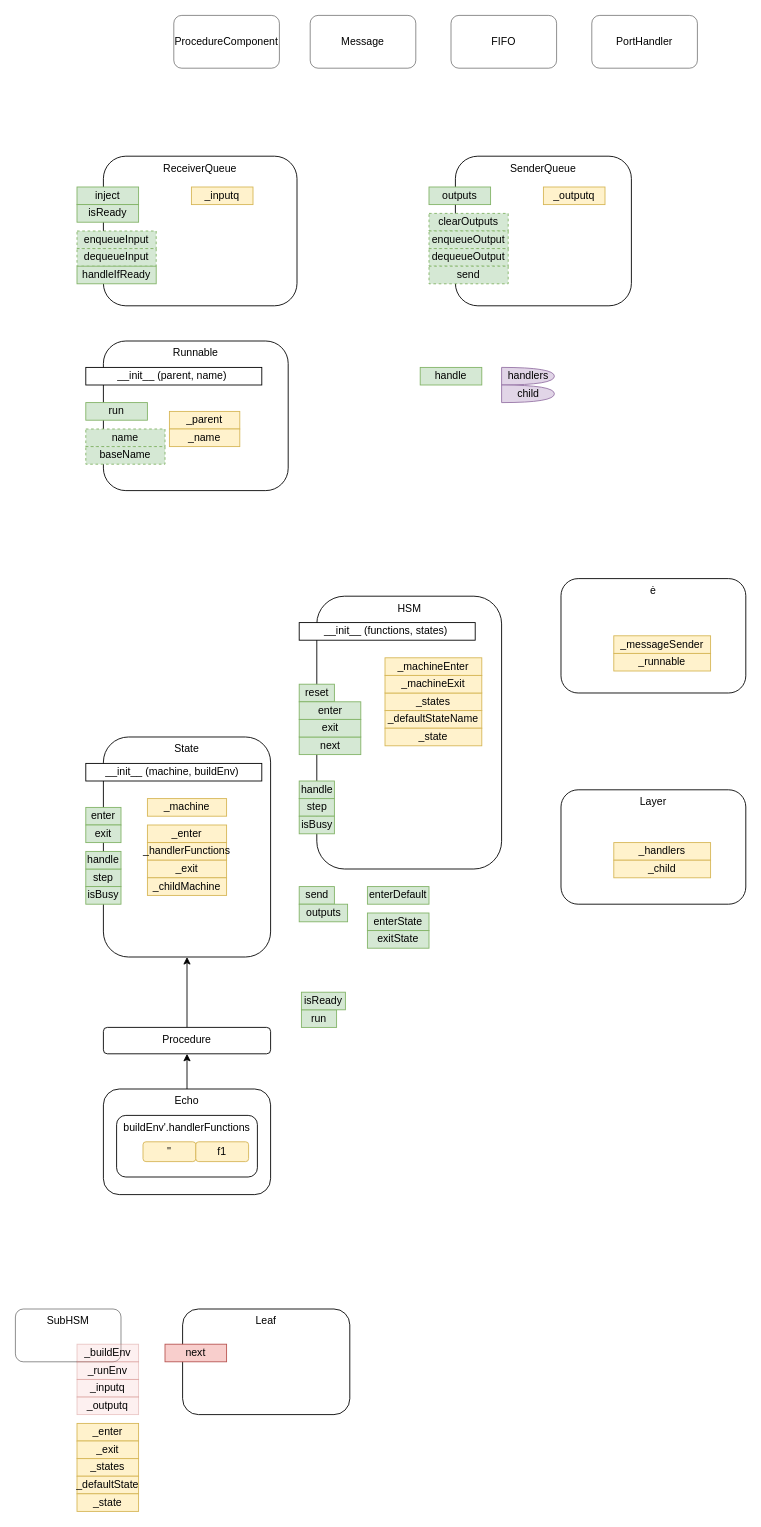
Earlier version of the draw.io diagram asc.drawio (guitarvydas/eh). Source tidied: cells renumbered, new cells numbered last; positions are measured from the earlier drawing's top-left corner, leaving out a move shared by most shapes. Both pictures are drawn from the tidied source at 88%, with x=0, y=0 at pixel (15, 15).
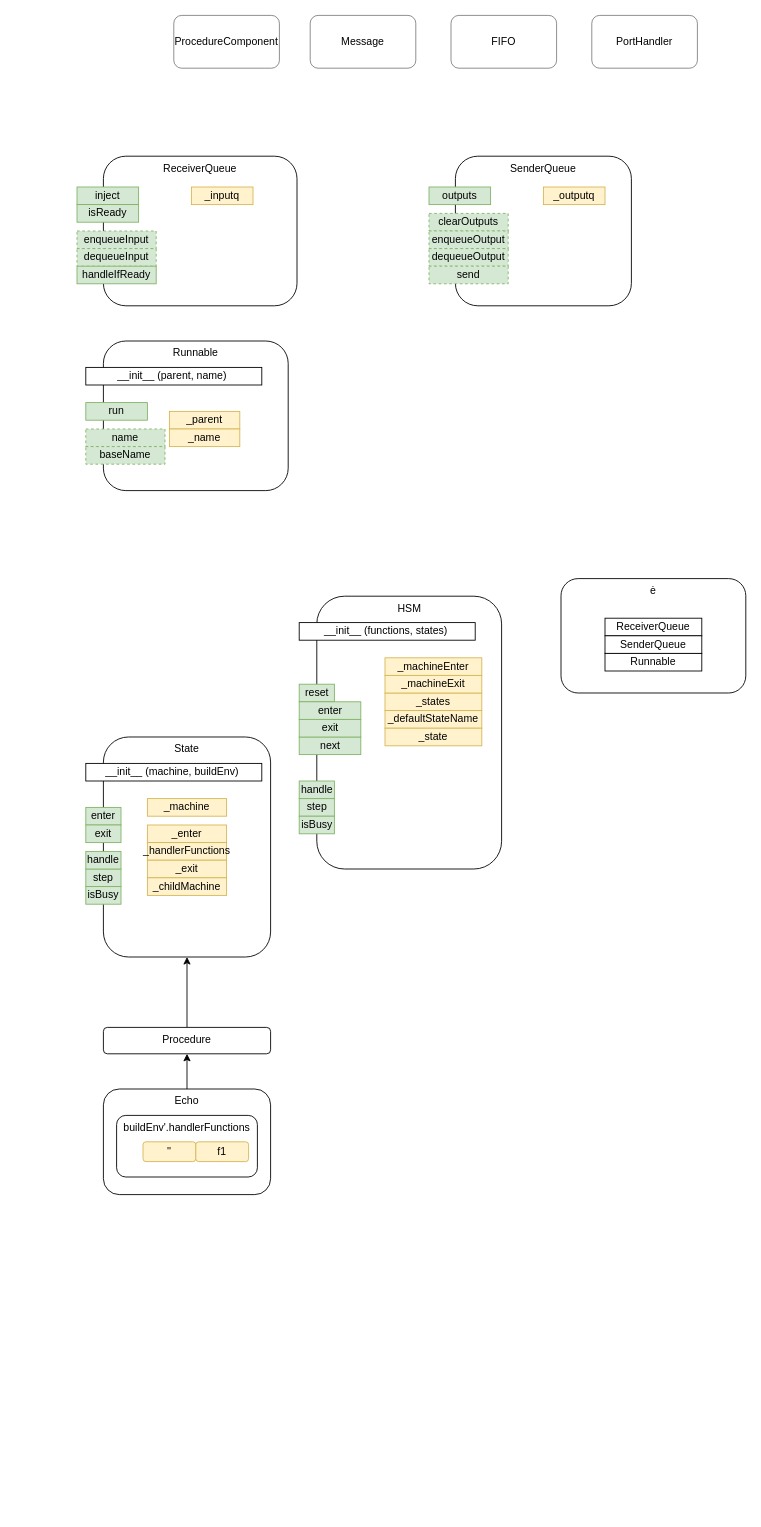
The same diagram, later.

Commit message (it also covers changes not shown here):
freeze for Jam

What changed in the source:
```diff
@@
-    <mxCell id="11" value="handle" style="rounded=0;whiteSpace=wrap;html=1;verticalAlign=middle;align=center;fillColor=#d5e8d4;strokeColor=#82b366;" parent="1" vertex="1">
-      <mxGeometry x="460" y="400" width="70" height="20" as="geometry" />
-    </mxCell>
@@
-    <mxCell id="29" value="SubHSM" style="rounded=1;whiteSpace=wrap;html=1;opacity=50;align=center;verticalAlign=top;" parent="1" vertex="1">
-      <mxGeometry y="1470" width="120" height="60" as="geometry" />
-    </mxCell>
@@
-    <mxCell id="41" value="enterDefault" style="rounded=0;whiteSpace=wrap;html=1;verticalAlign=middle;align=center;fillColor=#d5e8d4;strokeColor=#82b366;" parent="1" vertex="1">
-      <mxGeometry x="400" y="990" width="70" height="20" as="geometry" />
-    </mxCell>
-    <mxCell id="42" value="_runEnv" style="rounded=0;whiteSpace=wrap;html=1;verticalAlign=middle;align=center;fillColor=#f8cecc;strokeColor=#b85450;opacity=30;" parent="1" vertex="1">
-      <mxGeometry x="70" y="1530" width="70" height="20" as="geometry" />
-    </mxCell>
-    <mxCell id="43" value="_inputq" style="rounded=0;whiteSpace=wrap;html=1;verticalAlign=middle;align=center;fillColor=#f8cecc;strokeColor=#b85450;opacity=30;" parent="1" vertex="1">
-      <mxGeometry x="70" y="1550" width="70" height="20" as="geometry" />
-    </mxCell>
-    <mxCell id="44" value="_outputq" style="rounded=0;whiteSpace=wrap;html=1;verticalAlign=middle;align=center;fillColor=#f8cecc;strokeColor=#b85450;opacity=30;" parent="1" vertex="1">
-      <mxGeometry x="70" y="1570" width="70" height="20" as="geometry" />
-    </mxCell>
-    <mxCell id="45" value="_buildEnv" style="rounded=0;whiteSpace=wrap;html=1;verticalAlign=middle;align=center;fillColor=#f8cecc;strokeColor=#b85450;opacity=30;" parent="1" vertex="1">
-      <mxGeometry x="70" y="1510" width="70" height="20" as="geometry" />
-    </mxCell>
-    <mxCell id="46" value="_states" style="rounded=0;whiteSpace=wrap;html=1;verticalAlign=middle;align=center;fillColor=#fff2cc;strokeColor=#d6b656;" parent="1" vertex="1">
-      <mxGeometry x="70" y="1640" width="70" height="20" as="geometry" />
-    </mxCell>
-    <mxCell id="47" value="_defaultState" style="rounded=0;whiteSpace=wrap;html=1;verticalAlign=middle;align=center;fillColor=#fff2cc;strokeColor=#d6b656;" parent="1" vertex="1">
-      <mxGeometry x="70" y="1660" width="70" height="20" as="geometry" />
-    </mxCell>
-    <mxCell id="48" value="_state" style="rounded=0;whiteSpace=wrap;html=1;verticalAlign=middle;align=center;fillColor=#fff2cc;strokeColor=#d6b656;" parent="1" vertex="1">
-      <mxGeometry x="70" y="1680" width="70" height="20" as="geometry" />
-    </mxCell>
-    <mxCell id="49" value="_enter" style="rounded=0;whiteSpace=wrap;html=1;verticalAlign=middle;align=center;fillColor=#fff2cc;strokeColor=#d6b656;" parent="1" vertex="1">
-      <mxGeometry x="70" y="1600" width="70" height="20" as="geometry" />
-    </mxCell>
-    <mxCell id="50" value="_exit" style="rounded=0;whiteSpace=wrap;html=1;verticalAlign=middle;align=center;fillColor=#fff2cc;strokeColor=#d6b656;" parent="1" vertex="1">
-      <mxGeometry x="70" y="1620" width="70" height="20" as="geometry" />
-    </mxCell>
-    <mxCell id="51" value="Leaf" style="rounded=1;whiteSpace=wrap;html=1;verticalAlign=top;" parent="1" vertex="1">
-      <mxGeometry x="190" y="1470" width="190" height="120" as="geometry" />
-    </mxCell>
-    <mxCell id="52" value="next" style="rounded=0;whiteSpace=wrap;html=1;verticalAlign=middle;align=center;fillColor=#f8cecc;strokeColor=#b85450;" parent="1" vertex="1">
-      <mxGeometry x="170" y="1510" width="70" height="20" as="geometry" />
-    </mxCell>
-    <mxCell id="53" value="send" style="rounded=0;whiteSpace=wrap;html=1;verticalAlign=middle;align=center;fillColor=#d5e8d4;strokeColor=#82b366;" parent="1" vertex="1">
-      <mxGeometry x="322.5" y="990" width="40" height="20" as="geometry" />
-    </mxCell>
@@
-    <mxCell id="58" value="run" style="rounded=0;whiteSpace=wrap;html=1;verticalAlign=middle;align=center;fillColor=#d5e8d4;strokeColor=#82b366;" parent="1" vertex="1">
-      <mxGeometry x="325" y="1130" width="40" height="20" as="geometry" />
-    </mxCell>
@@
-    <mxCell id="61" value="isReady" style="rounded=0;whiteSpace=wrap;html=1;verticalAlign=middle;align=center;fillColor=#d5e8d4;strokeColor=#82b366;" parent="1" vertex="1">
-      <mxGeometry x="325" y="1110" width="50" height="20" as="geometry" />
-    </mxCell>
-    <mxCell id="62" value="outputs" style="rounded=0;whiteSpace=wrap;html=1;verticalAlign=middle;align=center;fillColor=#d5e8d4;strokeColor=#82b366;" parent="1" vertex="1">
-      <mxGeometry x="322.5" y="1010" width="55" height="20" as="geometry" />
-    </mxCell>
@@
-    <mxCell id="69" value="enterState" style="rounded=0;whiteSpace=wrap;html=1;verticalAlign=middle;align=center;fillColor=#d5e8d4;strokeColor=#82b366;" parent="1" vertex="1">
-      <mxGeometry x="400" y="1020" width="70" height="20" as="geometry" />
-    </mxCell>
-    <mxCell id="70" value="exitState" style="rounded=0;whiteSpace=wrap;html=1;verticalAlign=middle;align=center;fillColor=#d5e8d4;strokeColor=#82b366;" parent="1" vertex="1">
-      <mxGeometry x="400" y="1040" width="70" height="20" as="geometry" />
-    </mxCell>
@@
-    <mxCell id="75" value="_messageSender" style="rounded=0;whiteSpace=wrap;html=1;verticalAlign=middle;align=center;fillColor=#fff2cc;strokeColor=#d6b656;" parent="1" vertex="1">
-      <mxGeometry x="680" y="705" width="110" height="20" as="geometry" />
+    <mxCell id="75" value="ReceiverQueue" style="rounded=0;whiteSpace=wrap;html=1;verticalAlign=middle;align=center;" parent="1" vertex="1">
+      <mxGeometry x="670" y="685" width="110" height="20" as="geometry" />
     </mxCell>
-    <mxCell id="76" value="_runnable" style="rounded=0;whiteSpace=wrap;html=1;verticalAlign=middle;align=center;fillColor=#fff2cc;strokeColor=#d6b656;" parent="1" vertex="1">
-      <mxGeometry x="680" y="725" width="110" height="20" as="geometry" />
+    <mxCell id="76" value="SenderQueue" style="rounded=0;whiteSpace=wrap;html=1;verticalAlign=middle;align=center;" parent="1" vertex="1">
+      <mxGeometry x="670" y="705" width="110" height="20" as="geometry" />
     </mxCell>
@@
-    <mxCell id="79" value="Layer" style="rounded=1;whiteSpace=wrap;html=1;verticalAlign=top;" parent="1" vertex="1">
-      <mxGeometry x="620" y="880" width="210" height="130" as="geometry" />
-    </mxCell>
-    <mxCell id="80" value="_handlers" style="rounded=0;whiteSpace=wrap;html=1;verticalAlign=middle;align=center;fillColor=#fff2cc;strokeColor=#d6b656;" parent="1" vertex="1">
-      <mxGeometry x="680" y="940" width="110" height="20" as="geometry" />
-    </mxCell>
-    <mxCell id="81" value="_child" style="rounded=0;whiteSpace=wrap;html=1;verticalAlign=middle;align=center;fillColor=#fff2cc;strokeColor=#d6b656;" parent="1" vertex="1">
-      <mxGeometry x="680" y="960" width="110" height="20" as="geometry" />
-    </mxCell>
-    <mxCell id="82" value="handlers" style="shape=or;whiteSpace=wrap;html=1;shadow=0;align=center;fillColor=#e1d5e7;strokeColor=#9673a6;" parent="1" vertex="1">
-      <mxGeometry x="552.5" y="400" width="60" height="20" as="geometry" />
-    </mxCell>
-    <mxCell id="83" value="child" style="shape=or;whiteSpace=wrap;html=1;shadow=0;align=center;fillColor=#e1d5e7;strokeColor=#9673a6;" parent="1" vertex="1">
-      <mxGeometry x="552.5" y="420" width="60" height="20" as="geometry" />
-    </mxCell>
@@
+    <mxCell id="88" value="Runnable" style="rounded=0;whiteSpace=wrap;html=1;verticalAlign=middle;align=center;" parent="1" vertex="1">
+      <mxGeometry x="670" y="725" width="110" height="20" as="geometry" />
+    </mxCell>
```
